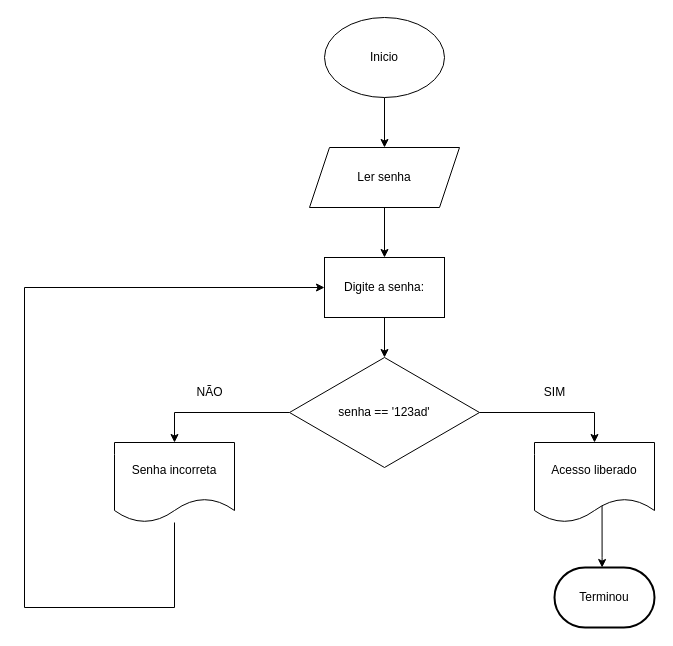
Above: Diagrama sem nome.drawio in Emilio133752/diagrams (draw.io), before the change. Source tidied: cells renumbered, new cells numbered last; positions are measured from the earlier drawing's top-left corner, leaving out a move shared by most shapes. Both pictures are drawn from the tidied source at 100%, with x=0, y=0 at pixel (24, 17).
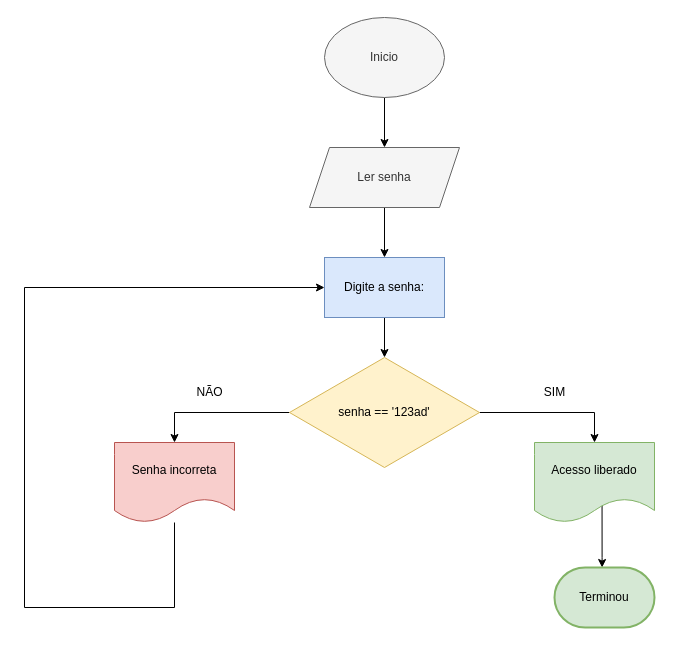
The same diagram, later.

Diff of the diagram source:
```diff
@@
-    <mxCell id="3" value="Inicio" style="ellipse;whiteSpace=wrap;html=1;" parent="1" vertex="1">
+    <mxCell id="3" value="Inicio" style="ellipse;whiteSpace=wrap;html=1;fillColor=#f5f5f5;fontColor=#333333;strokeColor=#666666;" parent="1" vertex="1">
       <mxGeometry x="300" width="120" height="80" as="geometry" />
     </mxCell>
@@
-    <mxCell id="5" value="Ler senha" style="shape=parallelogram;perimeter=parallelogramPerimeter;whiteSpace=wrap;html=1;fixedSize=1;" parent="1" vertex="1">
+    <mxCell id="5" value="Ler senha" style="shape=parallelogram;perimeter=parallelogramPerimeter;whiteSpace=wrap;html=1;fixedSize=1;fillColor=#f5f5f5;fontColor=#333333;strokeColor=#666666;" parent="1" vertex="1">
       <mxGeometry x="285" y="130" width="150" height="60" as="geometry" />
     </mxCell>
@@
-    <mxCell id="7" value="Digite a senha:" style="whiteSpace=wrap;html=1;" parent="1" vertex="1">
+    <mxCell id="7" value="Digite a senha:" style="whiteSpace=wrap;html=1;fillColor=#dae8fc;strokeColor=#6c8ebf;" parent="1" vertex="1">
       <mxGeometry x="300" y="240" width="120" height="60" as="geometry" />
     </mxCell>
@@
-    <mxCell id="10" value="senha == '123ad'" style="rhombus;whiteSpace=wrap;html=1;" parent="1" vertex="1">
+    <mxCell id="10" value="senha == '123ad'" style="rhombus;whiteSpace=wrap;html=1;fillColor=#fff2cc;strokeColor=#d6b656;" parent="1" vertex="1">
       <mxGeometry x="265" y="340" width="190" height="110" as="geometry" />
     </mxCell>
@@
-    <mxCell id="12" value="Acesso liberado" style="shape=document;whiteSpace=wrap;html=1;boundedLbl=1;" parent="1" vertex="1">
+    <mxCell id="12" value="Acesso liberado" style="shape=document;whiteSpace=wrap;html=1;boundedLbl=1;fillColor=#d5e8d4;strokeColor=#82b366;" parent="1" vertex="1">
       <mxGeometry x="510" y="425" width="120" height="80" as="geometry" />
     </mxCell>
@@
-    <mxCell id="14" value="Senha incorreta" style="shape=document;whiteSpace=wrap;html=1;boundedLbl=1;" parent="1" vertex="1">
+    <mxCell id="14" value="Senha incorreta" style="shape=document;whiteSpace=wrap;html=1;boundedLbl=1;fillColor=#f8cecc;strokeColor=#b85450;" parent="1" vertex="1">
       <mxGeometry x="90" y="425" width="120" height="80" as="geometry" />
     </mxCell>
@@
-    <mxCell id="17" value="Terminou" style="strokeWidth=2;html=1;shape=mxgraph.flowchart.terminator;whiteSpace=wrap;" parent="1" vertex="1">
+    <mxCell id="17" value="Terminou" style="strokeWidth=2;html=1;shape=mxgraph.flowchart.terminator;whiteSpace=wrap;fillColor=#d5e8d4;strokeColor=#82b366;" parent="1" vertex="1">
       <mxGeometry x="530" y="550" width="100" height="60" as="geometry" />
     </mxCell>
```
